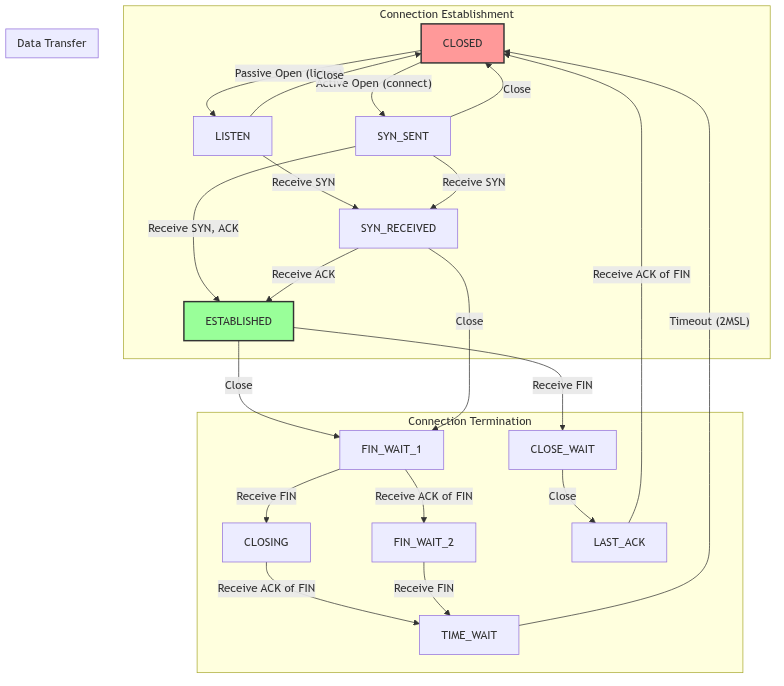
Above: src/4.2-tcp-state-machine.png in macsplit/unix_doc (Mermaid), before the change. Its source is kept beside it as diagrams/4.2-tcp-state-machine.mmd. Source of this version:
```mermaid
graph TD
    subgraph Connection Establishment
        CLOSED -- "Passive Open (listen)" --> LISTEN
        CLOSED -- "Active Open (connect)" --> SYN_SENT
        LISTEN -- "Receive SYN" --> SYN_RECEIVED
        SYN_SENT -- "Receive SYN" --> SYN_RECEIVED
        SYN_SENT -- "Receive SYN, ACK" --> ESTABLISHED
        SYN_RECEIVED -- "Receive ACK" --> ESTABLISHED
    end

    subgraph Data Transfer
        ESTABLISHED
    end

    subgraph Connection Termination
        ESTABLISHED -- "Close" --> FIN_WAIT_1
        LISTEN -- "Close" --> CLOSED
        SYN_SENT -- "Close" --> CLOSED
        SYN_RECEIVED -- "Close" --> FIN_WAIT_1

        FIN_WAIT_1 -- "Receive FIN" --> CLOSING
        FIN_WAIT_1 -- "Receive ACK of FIN" --> FIN_WAIT_2

        CLOSING -- "Receive ACK of FIN" --> TIME_WAIT

        FIN_WAIT_2 -- "Receive FIN" --> TIME_WAIT

        ESTABLISHED -- "Receive FIN" --> CLOSE_WAIT
        CLOSE_WAIT -- "Close" --> LAST_ACK
        LAST_ACK -- "Receive ACK of FIN" --> CLOSED

        TIME_WAIT -- "Timeout (2MSL)" --> CLOSED
    end

    style ESTABLISHED fill:#9f9,stroke:#333,stroke-width:2px
    style CLOSED fill:#f99,stroke:#333,stroke-width:2px
```
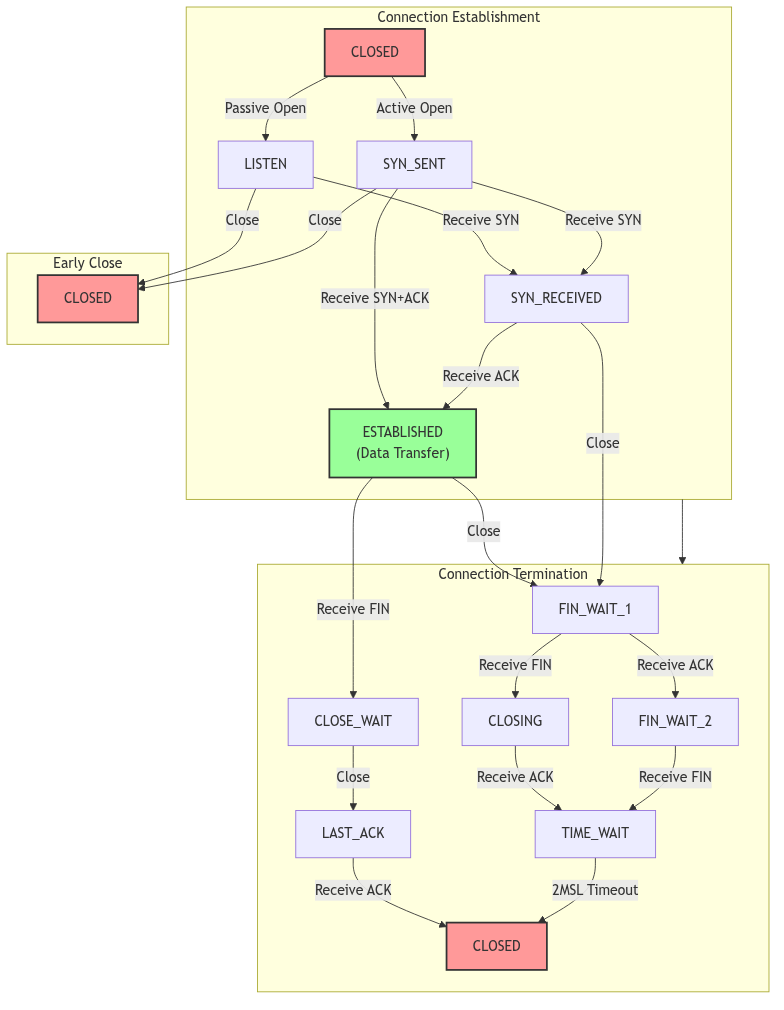
After the commit.

Change to the diagram source:
```diff
@@ -1,36 +1,37 @@
 graph TD
-    subgraph Connection Establishment
-        CLOSED -- "Passive Open (listen)" --> LISTEN
-        CLOSED -- "Active Open (connect)" --> SYN_SENT
-        LISTEN -- "Receive SYN" --> SYN_RECEIVED
-        SYN_SENT -- "Receive SYN" --> SYN_RECEIVED
-        SYN_SENT -- "Receive SYN, ACK" --> ESTABLISHED
-        SYN_RECEIVED -- "Receive ACK" --> ESTABLISHED
+    subgraph ESTAB["Connection Establishment"]
+        CLOSED["CLOSED"] -- "Passive Open" --> LISTEN["LISTEN"]
+        CLOSED -- "Active Open" --> SYN_SENT["SYN_SENT"]
+        LISTEN -- "Receive SYN" --> SYN_RCVD["SYN_RECEIVED"]
+        SYN_SENT -- "Receive SYN" --> SYN_RCVD
+        SYN_SENT -- "Receive SYN+ACK" --> ESTABLISHED["ESTABLISHED<br/>(Data Transfer)"]
+        SYN_RCVD -- "Receive ACK" --> ESTABLISHED
     end
 
-    subgraph Data Transfer
-        ESTABLISHED
+    subgraph TERM["Connection Termination"]
+        ESTABLISHED -- "Close" --> FIN_WAIT_1["FIN_WAIT_1"]
+        ESTABLISHED -- "Receive FIN" --> CLOSE_WAIT["CLOSE_WAIT"]
+
+        FIN_WAIT_1 -- "Receive FIN" --> CLOSING["CLOSING"]
+        FIN_WAIT_1 -- "Receive ACK" --> FIN_WAIT_2["FIN_WAIT_2"]
+
+        CLOSING -- "Receive ACK" --> TIME_WAIT["TIME_WAIT"]
+        FIN_WAIT_2 -- "Receive FIN" --> TIME_WAIT
+
+        CLOSE_WAIT -- "Close" --> LAST_ACK["LAST_ACK"]
+        LAST_ACK -- "Receive ACK" --> CLOSED2["CLOSED"]
+        TIME_WAIT -- "2MSL Timeout" --> CLOSED2
     end
 
-    subgraph Connection Termination
-        ESTABLISHED -- "Close" --> FIN_WAIT_1
-        LISTEN -- "Close" --> CLOSED
-        SYN_SENT -- "Close" --> CLOSED
-        SYN_RECEIVED -- "Close" --> FIN_WAIT_1
+    subgraph ABORT["Early Close"]
+        LISTEN -- "Close" --> CLOSED3["CLOSED"]
+        SYN_SENT -- "Close" --> CLOSED3
+        SYN_RCVD -- "Close" --> FIN_WAIT_1
+    end
 
-        FIN_WAIT_1 -- "Receive FIN" --> CLOSING
-        FIN_WAIT_1 -- "Receive ACK of FIN" --> FIN_WAIT_2
-
-        CLOSING -- "Receive ACK of FIN" --> TIME_WAIT
-
-        FIN_WAIT_2 -- "Receive FIN" --> TIME_WAIT
-
-        ESTABLISHED -- "Receive FIN" --> CLOSE_WAIT
-        CLOSE_WAIT -- "Close" --> LAST_ACK
-        LAST_ACK -- "Receive ACK of FIN" --> CLOSED
-
-        TIME_WAIT -- "Timeout (2MSL)" --> CLOSED
-    end
+    ESTAB --> TERM
 
     style ESTABLISHED fill:#9f9,stroke:#333,stroke-width:2px
     style CLOSED fill:#f99,stroke:#333,stroke-width:2px
+    style CLOSED2 fill:#f99,stroke:#333,stroke-width:2px
+    style CLOSED3 fill:#f99,stroke:#333,stroke-width:2px
```
